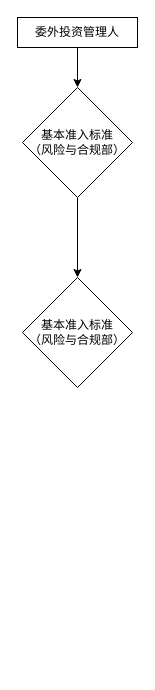
This is Untitled Diagram.drawio from wangbin750/DeepLearning, a draw.io file, before an edit. Source tidied: cells renumbered, new cells numbered last; positions are measured from the earlier drawing's top-left corner, leaving out a move shared by most shapes. Both pictures are drawn from the tidied source at 100%, with x=0, y=0 at pixel (17, 17).
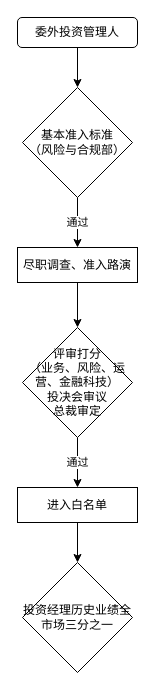
The same page after the edit.

Diff of the diagram source:
```diff
@@
 <mxGraphModel>
   <root>
     <mxCell id="0" />
     <mxCell id="1" parent="0" />
-    <mxCell id="2" value="委外投资管理人" style="rounded=0;whiteSpace=wrap;html=1;" parent="1" vertex="1">
-      <mxGeometry width="120" height="30" as="geometry" />
-    </mxCell>
-    <mxCell id="3" style="edgeStyle=orthogonalEdgeStyle;rounded=0;jettySize=auto;html=1;" parent="1" edge="1" source="4" target="6">
-      <mxGeometry relative="1" as="geometry" />
-    </mxCell>
+    <mxCell id="7" value="通过" style="edgeStyle=orthogonalEdgeStyle;rounded=0;jettySize=auto;html=1;" parent="1" edge="1" source="4" target="9">
+      <mxGeometry relative="1" as="geometry" />
+    </mxCell>
     <mxCell id="4" value="基本准入标准&lt;br&gt;（风险与合规部）" style="rhombus;whiteSpace=wrap;html=1;" parent="1" vertex="1">
       <mxGeometry x="5" y="70" width="110" height="110" as="geometry" />
     </mxCell>
-    <mxCell id="5" style="endArrow=classic;html=1;exitX=0.5;exitY=1;exitDx=0;exitDy=0;" parent="1" edge="1" source="2" target="4">
+    <mxCell id="5" style="endArrow=classic;html=1;exitX=0.5;exitY=1;exitDx=0;exitDy=0;exitPerimeter=0;" parent="1" edge="1" source="2" target="4">
       <mxGeometry relative="1" as="geometry" />
     </mxCell>
-    <mxCell id="6" value="基本准入标准&lt;br&gt;（风险与合规部）" style="rhombus;whiteSpace=wrap;html=1;" parent="1" vertex="1">
-      <mxGeometry x="5" y="260" width="110" height="110" as="geometry" />
-    </mxCell>
+    <mxCell id="8" style="edgeStyle=orthogonalEdgeStyle;rounded=0;jettySize=auto;html=1;" parent="1" edge="1" source="9" target="11">
+      <mxGeometry relative="1" as="geometry" />
+    </mxCell>
+    <mxCell id="9" value="尽职调查、准入路演" style="whiteSpace=wrap;html=1;" parent="1" vertex="1">
+      <mxGeometry y="230" width="120" height="35" as="geometry" />
+    </mxCell>
+    <mxCell id="10" value="通过" style="edgeStyle=orthogonalEdgeStyle;rounded=0;jettySize=auto;html=1;" parent="1" edge="1" source="11" target="13">
+      <mxGeometry relative="1" as="geometry" />
+    </mxCell>
+    <mxCell id="11" value="评审打分&lt;br&gt;（业务、风险、运营、金融科技）&lt;br&gt;投决会审议&lt;br&gt;总裁审定" style="rhombus;whiteSpace=wrap;html=1;" parent="1" vertex="1">
+      <mxGeometry x="5" y="310" width="110" height="110" as="geometry" />
+    </mxCell>
+    <mxCell id="12" style="edgeStyle=orthogonalEdgeStyle;rounded=0;jettySize=auto;html=1;" parent="1" edge="1" source="13" target="14">
+      <mxGeometry relative="1" as="geometry" />
+    </mxCell>
+    <mxCell id="13" value="进入白名单" style="whiteSpace=wrap;html=1;" parent="1" vertex="1">
+      <mxGeometry y="470" width="120" height="35" as="geometry" />
+    </mxCell>
+    <mxCell id="2" value="委外投资管理人" style="rounded=1;whiteSpace=wrap;html=1;" parent="1" vertex="1">
+      <mxGeometry width="120" height="30" as="geometry" />
+    </mxCell>
+    <mxCell id="14" value="投资经理历史业绩全市场三分之一" style="rhombus;whiteSpace=wrap;html=1;" parent="1" vertex="1">
+      <mxGeometry x="5" y="545" width="110" height="110" as="geometry" />
+    </mxCell>
   </root>
 </mxGraphModel>
```
